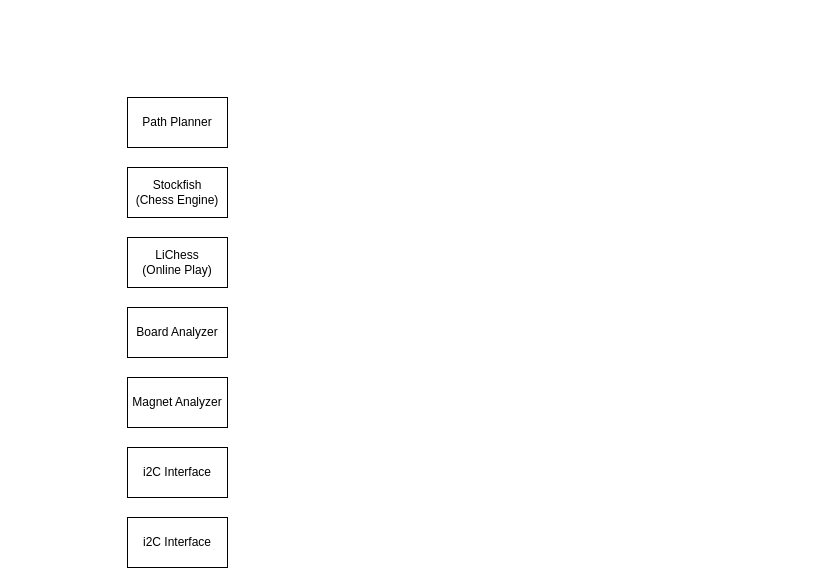
Before: HighLevelDiagram.drawio in ut-ras/chessbot, a draw.io diagram. Source tidied: cells renumbered, new cells numbered last; positions are measured from the earlier drawing's top-left corner, leaving out a move shared by most shapes. Both pictures are drawn from the tidied source at 100%, with x=0, y=0 at pixel (127, 97).
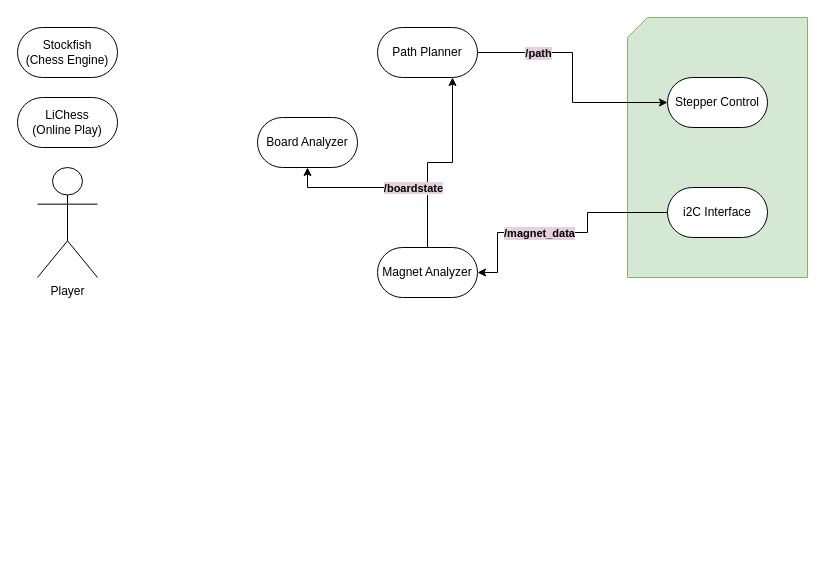
The same page after the edit.

The edit, as a diff of the source:
```diff
@@
+    <mxCell id="9" style="edgeStyle=orthogonalEdgeStyle;rounded=0;jettySize=auto;html=1;exitX=0.5;exitY=0;exitDx=0;exitDy=0;entryX=0.75;entryY=1;entryDx=0;entryDy=0;" parent="1" edge="1" source="6" target="2">
+      <mxGeometry relative="1" as="geometry" />
+    </mxCell>
+    <mxCell id="10" style="verticalLabelPosition=bottom;verticalAlign=top;html=1;shape=card;whiteSpace=wrap;size=20;arcSize=12;fillColor=#d5e8d4;strokeColor=#82b366;" parent="1" vertex="1">
+      <mxGeometry x="500" y="-80" width="180" height="260" as="geometry" />
+    </mxCell>
+    <mxCell id="11" style="edgeStyle=orthogonalEdgeStyle;rounded=0;jettySize=auto;html=1;exitX=1;exitY=0.5;exitDx=0;exitDy=0;entryX=0;entryY=0.5;entryDx=0;entryDy=0;" parent="1" edge="1" source="2" target="17">
+      <mxGeometry relative="1" as="geometry" />
+    </mxCell>
+    <mxCell id="12" value="&lt;div&gt;&lt;span style=&quot;background-color: rgb(230, 208, 222);&quot;&gt;/path&lt;/span&gt;&lt;/div&gt;" style="edgeLabel;html=1;align=center;verticalAlign=middle;fontStyle=1;labelBackgroundColor=#E1D5E7;" parent="11" vertex="1">
+      <mxGeometry x="-0.38" y="2" relative="1" as="geometry">
+        <mxPoint x="-14" y="2" as="offset" />
+      </mxGeometry>
+    </mxCell>
-    <mxCell id="2" value="Path Planner" style="html=1;dashed=0;whiteSpace=wrap;" parent="1" vertex="1">
-      <mxGeometry width="100" height="50" as="geometry" />
+    <mxCell id="2" value="Path Planner" style="html=1;dashed=0;whiteSpace=wrap;rounded=1;arcSize=50;" parent="1" vertex="1">
+      <mxGeometry x="250" y="-70" width="100" height="50" as="geometry" />
     </mxCell>
-    <mxCell id="3" value="&lt;div&gt;Stockfish&lt;/div&gt;&lt;div&gt;(Chess Engine)&lt;br&gt;&lt;/div&gt;" style="html=1;dashed=0;whiteSpace=wrap;" parent="1" vertex="1">
-      <mxGeometry y="70" width="100" height="50" as="geometry" />
+    <mxCell id="3" value="&lt;div&gt;Stockfish&lt;/div&gt;&lt;div&gt;(Chess Engine)&lt;br&gt;&lt;/div&gt;" style="html=1;dashed=0;whiteSpace=wrap;rounded=1;arcSize=50;" parent="1" vertex="1">
+      <mxGeometry x="-110" y="-70" width="100" height="50" as="geometry" />
     </mxCell>
-    <mxCell id="4" value="LiChess&lt;br&gt;(Online Play)" style="html=1;dashed=0;whiteSpace=wrap;" parent="1" vertex="1">
-      <mxGeometry y="140" width="100" height="50" as="geometry" />
+    <mxCell id="4" value="LiChess&lt;br&gt;(Online Play)" style="html=1;dashed=0;whiteSpace=wrap;rounded=1;arcSize=50;" parent="1" vertex="1">
+      <mxGeometry x="-110" width="100" height="50" as="geometry" />
     </mxCell>
-    <mxCell id="5" value="&lt;div&gt;Board Analyzer&lt;/div&gt;" style="html=1;dashed=0;whiteSpace=wrap;" parent="1" vertex="1">
-      <mxGeometry y="210" width="100" height="50" as="geometry" />
+    <mxCell id="5" value="&lt;div&gt;Board Analyzer&lt;/div&gt;" style="html=1;dashed=0;whiteSpace=wrap;rounded=1;arcSize=50;" parent="1" vertex="1">
+      <mxGeometry x="130" y="20" width="100" height="50" as="geometry" />
     </mxCell>
+    <mxCell id="13" style="edgeStyle=orthogonalEdgeStyle;rounded=0;jettySize=auto;html=1;entryX=0.5;entryY=1;entryDx=0;entryDy=0;" parent="1" edge="1" source="6" target="5">
+      <mxGeometry relative="1" as="geometry">
+        <Array as="points">
+          <mxPoint x="300" y="90" />
+        </Array>
+      </mxGeometry>
+    </mxCell>
+    <mxCell id="14" value="&lt;div&gt;&lt;b&gt;&lt;span style=&quot;background-color: rgb(230, 208, 222);&quot;&gt;/boardstate&lt;/span&gt;&lt;/b&gt;&lt;/div&gt;" style="edgeLabel;html=1;align=center;verticalAlign=middle;" parent="13" vertex="1">
+      <mxGeometry x="-0.1" y="-3" relative="1" as="geometry">
+        <mxPoint x="15" y="3" as="offset" />
+      </mxGeometry>
+    </mxCell>
-    <mxCell id="6" value="Magnet Analyzer" style="html=1;dashed=0;whiteSpace=wrap;" parent="1" vertex="1">
-      <mxGeometry y="280" width="100" height="50" as="geometry" />
+    <mxCell id="6" value="Magnet Analyzer" style="html=1;dashed=0;whiteSpace=wrap;rounded=1;arcSize=50;" parent="1" vertex="1">
+      <mxGeometry x="250" y="150" width="100" height="50" as="geometry" />
     </mxCell>
+    <mxCell id="15" style="edgeStyle=orthogonalEdgeStyle;rounded=0;jettySize=auto;html=1;entryX=1;entryY=0.5;entryDx=0;entryDy=0;" parent="1" edge="1" source="7" target="6">
+      <mxGeometry relative="1" as="geometry">
+        <Array as="points">
+          <mxPoint x="460" y="115" />
+          <mxPoint x="460" y="135" />
+          <mxPoint x="370" y="135" />
+          <mxPoint x="370" y="175" />
+        </Array>
+      </mxGeometry>
+    </mxCell>
+    <mxCell id="16" value="/magnet_data" style="edgeLabel;html=1;align=center;verticalAlign=middle;fontStyle=1;labelBackgroundColor=#E6D0DE;" parent="15" vertex="1">
+      <mxGeometry x="0.45" y="2" relative="1" as="geometry">
+        <mxPoint x="32" y="-2" as="offset" />
+      </mxGeometry>
+    </mxCell>
-    <mxCell id="7" value="&lt;div&gt;i2C Interface&lt;/div&gt;" style="html=1;dashed=0;whiteSpace=wrap;" parent="1" vertex="1">
-      <mxGeometry y="350" width="100" height="50" as="geometry" />
+    <mxCell id="7" value="&lt;div&gt;i2C Interface&lt;/div&gt;" style="html=1;dashed=0;whiteSpace=wrap;rounded=1;arcSize=50;" parent="1" vertex="1">
+      <mxGeometry x="540" y="90" width="100" height="50" as="geometry" />
     </mxCell>
-    <mxCell id="8" value="&lt;div&gt;i2C Interface&lt;/div&gt;" style="html=1;dashed=0;whiteSpace=wrap;" parent="1" vertex="1">
-      <mxGeometry y="420" width="100" height="50" as="geometry" />
-    </mxCell>
+    <mxCell id="17" value="&lt;div&gt;Stepper Control&lt;/div&gt;" style="html=1;dashed=0;whiteSpace=wrap;rounded=1;arcSize=50;" parent="1" vertex="1">
+      <mxGeometry x="540" y="-20" width="100" height="50" as="geometry" />
+    </mxCell>
+    <mxCell id="18" value="&lt;div&gt;Player&lt;/div&gt;&lt;div&gt;&lt;br&gt;&lt;/div&gt;" style="shape=umlActor;verticalLabelPosition=bottom;verticalAlign=top;html=1;" parent="1" vertex="1">
+      <mxGeometry x="-90" y="70" width="60" height="110" as="geometry" />
+    </mxCell>
```
